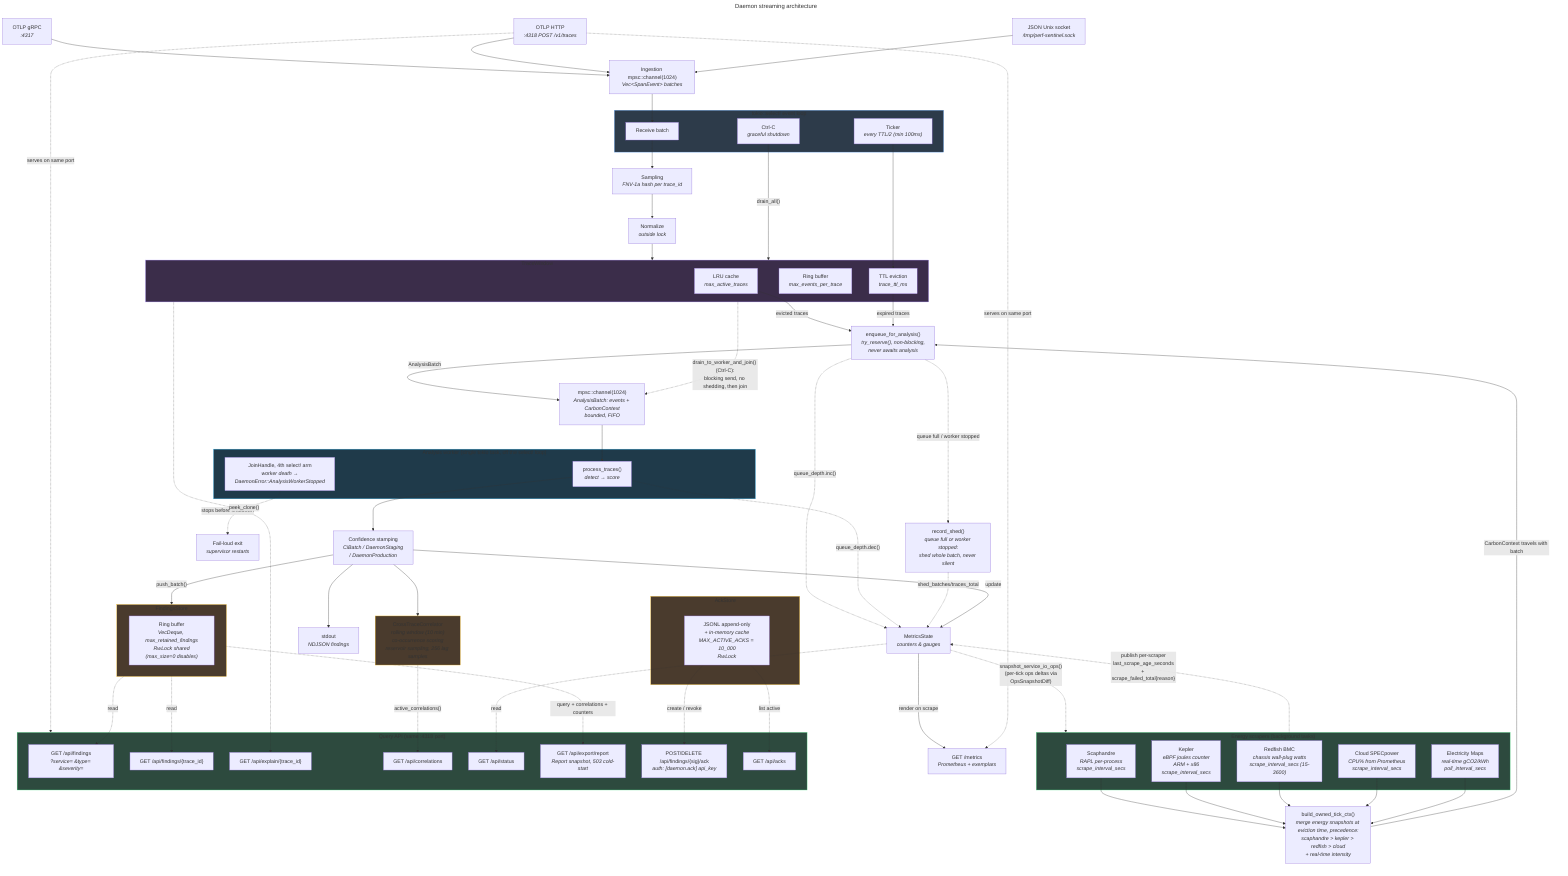
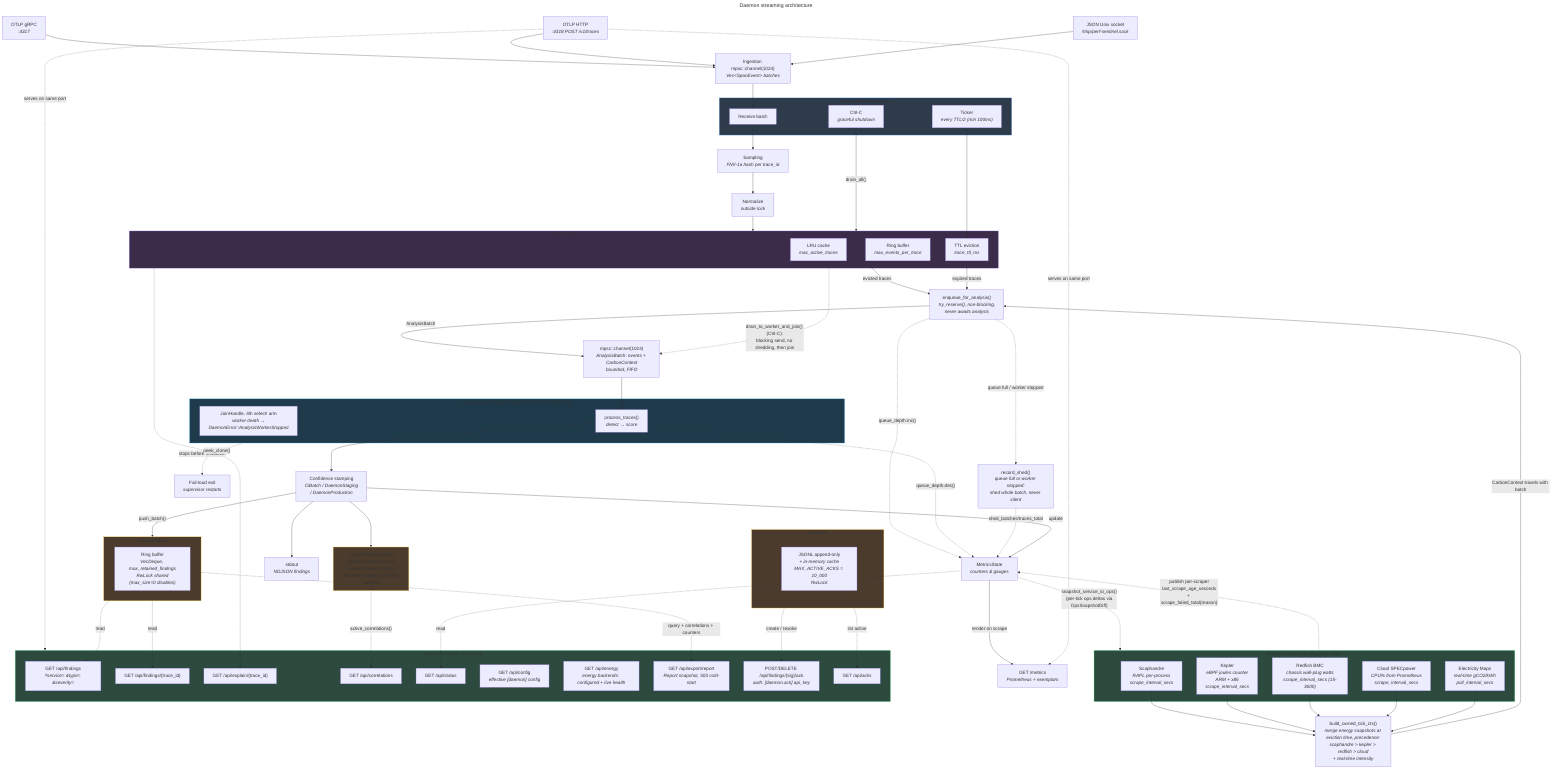
---
title: Daemon streaming architecture
---
flowchart TB
    grpc["OTLP gRPC<br/><i>:4317</i>"]
    http["OTLP HTTP<br/><i>:4318 POST /v1/traces</i>"]
    sock["JSON Unix socket<br/><i>/tmp/perf-sentinel.sock</i>"]

    channel["Ingestion mpsc::channel(1024)<br/><i>Vec&lt;SpanEvent&gt; batches</i>"]

    subgraph eventloop["tokio::select! event loop"]
        recv["Receive batch"]
        tick["Ticker<br/><i>every TTL/2 (min 100ms)</i>"]
        ctrlc["Ctrl-C<br/><i>graceful shutdown</i>"]
    end

    sampling["Sampling<br/><i>FNV-1a hash per trace_id</i>"]
    norm["Normalize<br/><i>outside lock</i>"]

    subgraph window["TraceWindow"]
        lru["LRU cache<br/><i>max_active_traces</i>"]
        ring["Ring buffer<br/><i>max_events_per_trace</i>"]
        ttl["TTL eviction<br/><i>trace_ttl_ms</i>"]
    end

    subgraph scrapers["Energy scrapers (background tasks)"]
        scaph["Scaphandre<br/><i>RAPL per-process<br/>scrape_interval_secs</i>"]
        kepler["Kepler<br/><i>eBPF joules counter<br/>ARM + x86<br/>scrape_interval_secs</i>"]
        redfish["Redfish BMC<br/><i>chassis wall-plug watts<br/>scrape_interval_secs (15-3600)</i>"]
        cloud["Cloud SPECpower<br/><i>CPU% from Prometheus<br/>scrape_interval_secs</i>"]
        emaps["Electricity Maps<br/><i>real-time gCO2/kWh<br/>poll_interval_secs</i>"]
    end

    tick_ctx["build_owned_tick_ctx()<br/><i>merge energy snapshots at eviction time, precedence:<br/>scaphandre &gt; kepler &gt; redfish &gt; cloud<br/>+ real-time intensity</i>"]

    enqueue["enqueue_for_analysis()<br/><i>try_reserve(), non-blocking,<br/>never awaits analysis</i>"]

    work_channel["mpsc::channel(1024)<br/><i>AnalysisBatch: events + CarbonContext<br/>bounded, FIFO</i>"]

    shed["record_shed()<br/><i>queue full or worker stopped:<br/>shed whole batch, never silent</i>"]

    subgraph worker["Analysis worker (single tokio task, off the select! loop)"]
        process["process_traces()<br/><i>detect &rarr; score</i>"]
        worker_watch["JoinHandle, 4th select! arm<br/><i>worker death &rarr;<br/>DaemonError::AnalysisWorkerStopped</i>"]
    end

    exit["Fail-loud exit<br/><i>supervisor restarts</i>"]

    confidence["Confidence stamping<br/><i>CiBatch / DaemonStaging<br/>/ DaemonProduction</i>"]

    correlator["CrossTraceCorrelator<br/><i>rolling window (10 min)<br/>co-occurrence scoring<br/>reservoir sampling, 256 lag samples</i>"]

    subgraph findings_ring["FindingsStore"]
        ring_buf["Ring buffer<br/><i>VecDeque, max_retained_findings<br/>RwLock shared<br/>(max_size=0 disables)</i>"]
    end

    stdout["stdout<br/><i>NDJSON findings</i>"]
    metrics_state["MetricsState<br/><i>counters &amp; gauges</i>"]
    metrics_endpoint["GET /metrics<br/><i>Prometheus + exemplars</i>"]

    subgraph query_api["Query API (same :4318 port)"]
        api_findings["GET /api/findings<br/><i>?service= &amp;type= &amp;severity=</i>"]
        api_findings_trace["GET /api/findings/{trace_id}"]
        api_explain["GET /api/explain/{trace_id}"]
        api_correlations["GET /api/correlations"]
        api_status["GET /api/status"]
+         api_config["GET /api/config<br/><i>effective [daemon] config</i>"]
+         api_energy["GET /api/energy<br/><i>energy backends: configured + live health</i>"]
        api_export_report["GET /api/export/report<br/><i>Report snapshot, 503 cold-start</i>"]
        api_ack["POST/DELETE /api/findings/{sig}/ack<br/><i>auth: [daemon.ack] api_key</i>"]
        api_acks_list["GET /api/acks"]
    end

    subgraph ack_store["AckStore"]
        ack_jsonl["JSONL append-only<br/><i>+ in-memory cache<br/>MAX_ACTIVE_ACKS = 10_000<br/>RwLock</i>"]
    end

    grpc --> channel
    http --> channel
    sock --> channel

    channel --> recv
    recv --> sampling --> norm --> window
    tick --> ttl
    ctrlc -- "drain_all()" --> window
    window -. "drain_to_worker_and_join() (Ctrl-C):<br/>blocking send, no shedding, then join" .-> work_channel

    scaph --> tick_ctx
    kepler --> tick_ctx
    redfish --> tick_ctx
    cloud --> tick_ctx
    emaps --> tick_ctx

    lru -- "evicted traces" --> enqueue
    ttl -- "expired traces" --> enqueue
    tick_ctx -- "CarbonContext travels with batch" --> enqueue
    enqueue -- "AnalysisBatch" --> work_channel
    enqueue -. "queue full / worker stopped" .-> shed
    work_channel --> process
    worker_watch -. "stops before shutdown" .-> exit

    enqueue -. "queue_depth.inc()" .-> metrics_state
    process -. "queue_depth.dec()" .-> metrics_state
    shed -. "shed_batches/traces_total" .-> metrics_state

    process --> confidence
    confidence --> correlator
    confidence --> stdout
    confidence -- "push_batch()" --> findings_ring
    confidence -- "update" --> metrics_state
    metrics_state -- "render on scrape" --> metrics_endpoint

    metrics_state -. "snapshot_service_io_ops()<br/>(per-tick ops deltas via<br/>OpsSnapshotDiff)" .-> scrapers
    scrapers -. "publish per-scraper<br/>last_scrape_age_seconds<br/>+ scrape_failed_total{reason}" .-> metrics_state

    http -. "serves on same port" .-> metrics_endpoint
    http -. "serves on same port" .-> query_api

    findings_ring -. "read" .-> api_findings
    findings_ring -. "read" .-> api_findings_trace
    window -. "peek_clone()" .-> api_explain
    correlator -. "active_correlations()" .-> api_correlations
    metrics_state -. "read" .-> api_status
    findings_ring -. "query + correlations + counters" .-> api_export_report
    ack_jsonl -. "create / revoke" .-> api_ack
    ack_jsonl -. "list active" .-> api_acks_list

    style eventloop fill:#2d3b4a,stroke:#60a5fa
    style worker fill:#1f3a4a,stroke:#38bdf8
    style window fill:#3b2d4a,stroke:#a78bfa
    style scrapers fill:#2d4a3e,stroke:#4ade80
    style findings_ring fill:#4a3b2d,stroke:#fbbf24
    style query_api fill:#2d4a3e,stroke:#4ade80
    style correlator fill:#4a3b2d,stroke:#fbbf24
    style ack_store fill:#4a3b2d,stroke:#fbbf24
